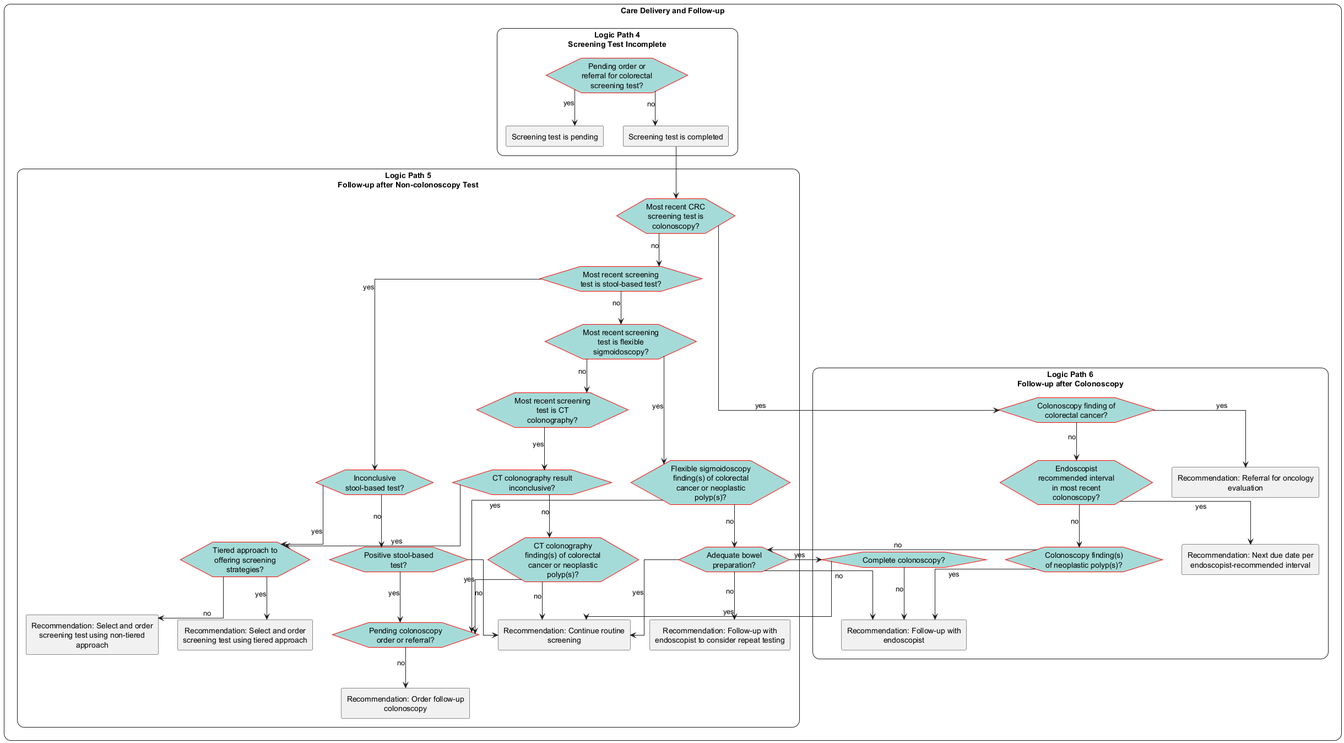
Earlier version of the PlantUML export images/flow-MidLevelFollowUp.png (ccsm-cds-tools/CDC-Colorectal-Cancer-Screening-CDS-L2).
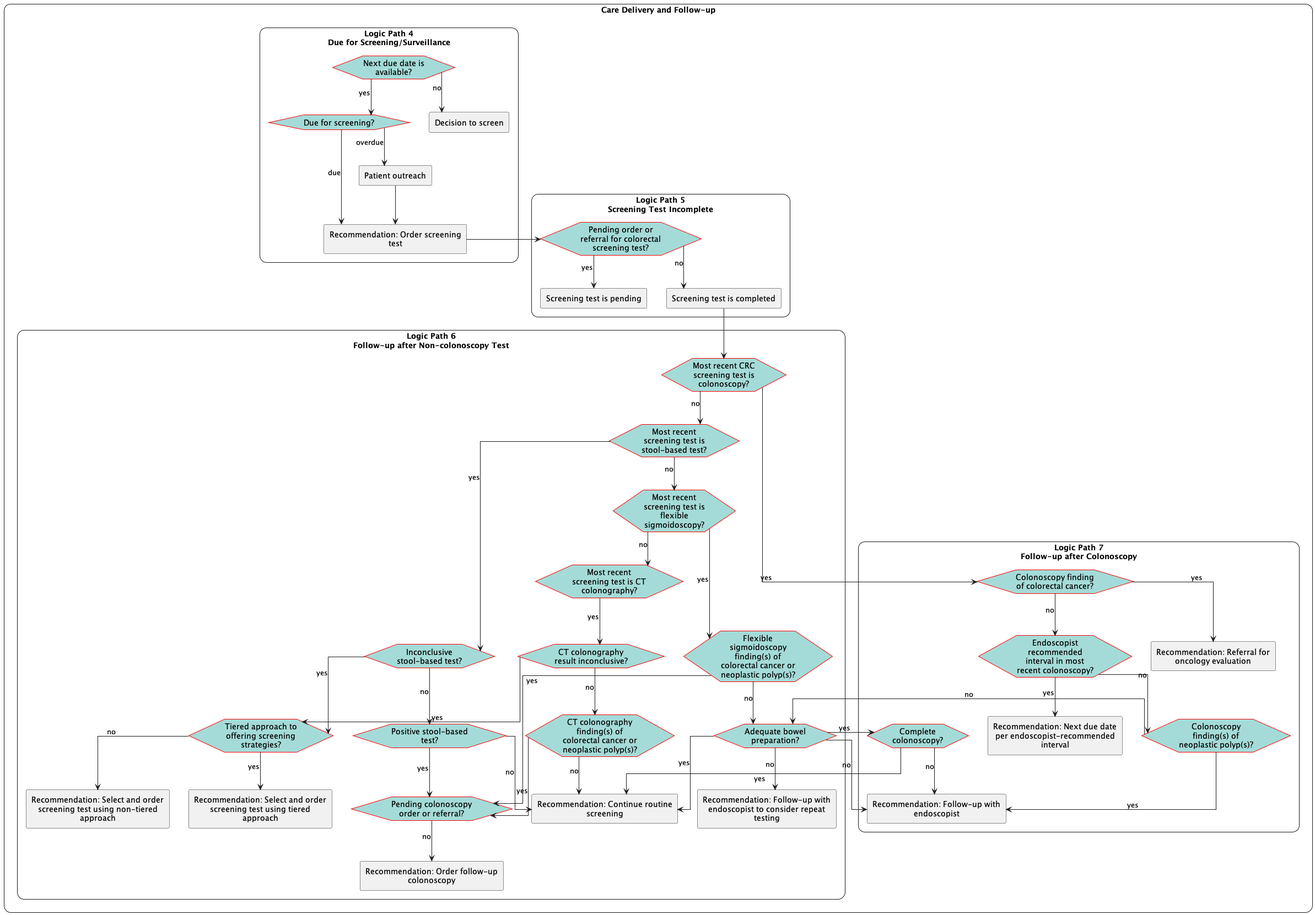
After the commit.

Diff of the diagram source:
```diff
@@ -17,19 +17,22 @@
     }
 </style>
 rectangle "Care Delivery and Follow-up" <<main>> {
-    rectangle "**Logic Path 4**\nScreening Test Incomplete" <<roundbox>> as path_1 {
+    rectangle "**Logic Path 4**\nDue for Screening/Surveillance" <<roundbox>> as path_1 {
+        !include flow-ScreeningDue.plantuml
+    }
+    rectangle "**Logic Path 5**\nScreening Test Incomplete" <<roundbox>> as path_2 {
         !include flow-ScreeningIncomplete.plantuml
     }
-    rectangle "**Logic Path 5**\nFollow-up after Non-colonoscopy Test" <<roundbox>> as path_2 {
+    rectangle "**Logic Path 6**\nFollow-up after Non-colonoscopy Test" <<roundbox>> as path_3 {
         !include flow-Followup.plantuml
     }
-    rectangle "**Logic Path 6**\nFollow-up after Colonoscopy" <<roundbox>> as path_3 {
+    rectangle "**Logic Path 7**\nFollow-up after Colonoscopy" <<roundbox>> as path_4 {
         !include flow-FollowupColonoscopy.plantuml
     }
-
+    act_orderTest -> eve_pendingTest
     act_screeningComplete --> eve_lastTestColonoscopy
     remove <<end>>
-
 }
 
+
 @enduml
```
